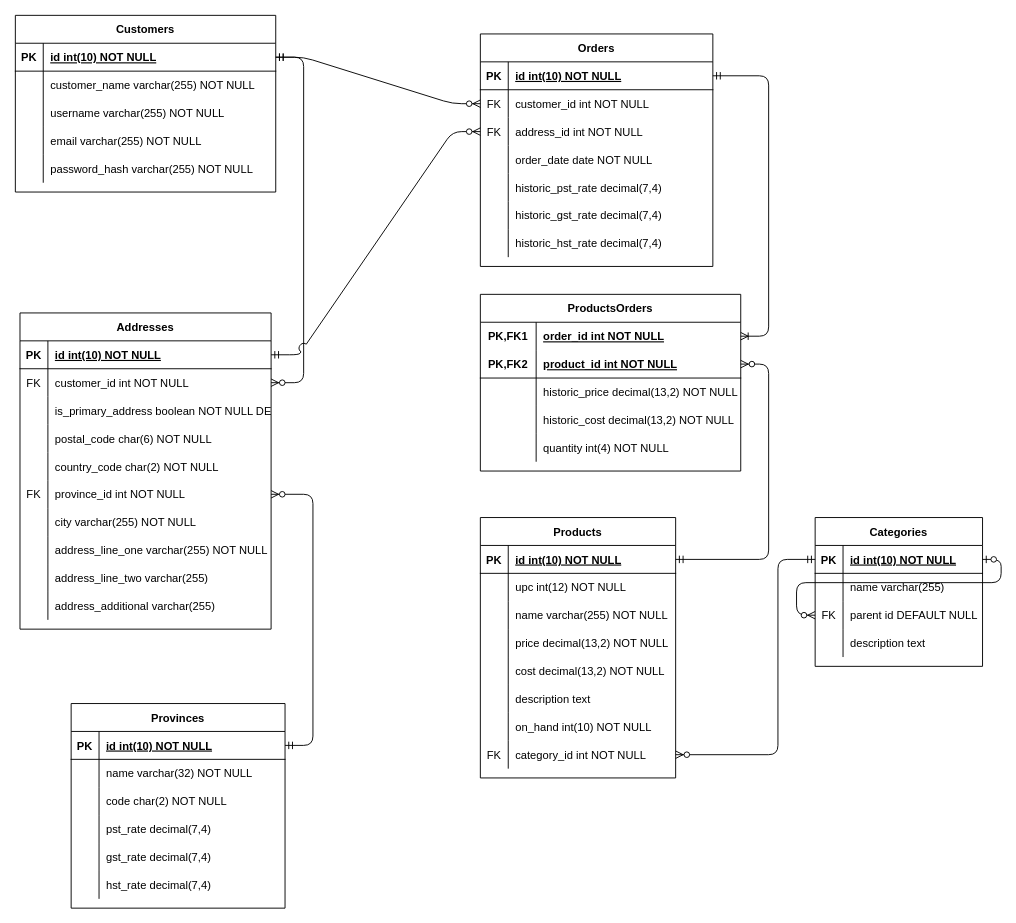
This is db/diagram/ECommerce ERD.drawio from Brodur/rails-ecommerce-project, a draw.io file, before an edit. Source tidied: cells renumbered, new cells numbered last; positions are measured from the earlier drawing's top-left corner, leaving out a move shared by most shapes. Both pictures are drawn from the tidied source at 93%, with x=0, y=0 at pixel (15, 15).
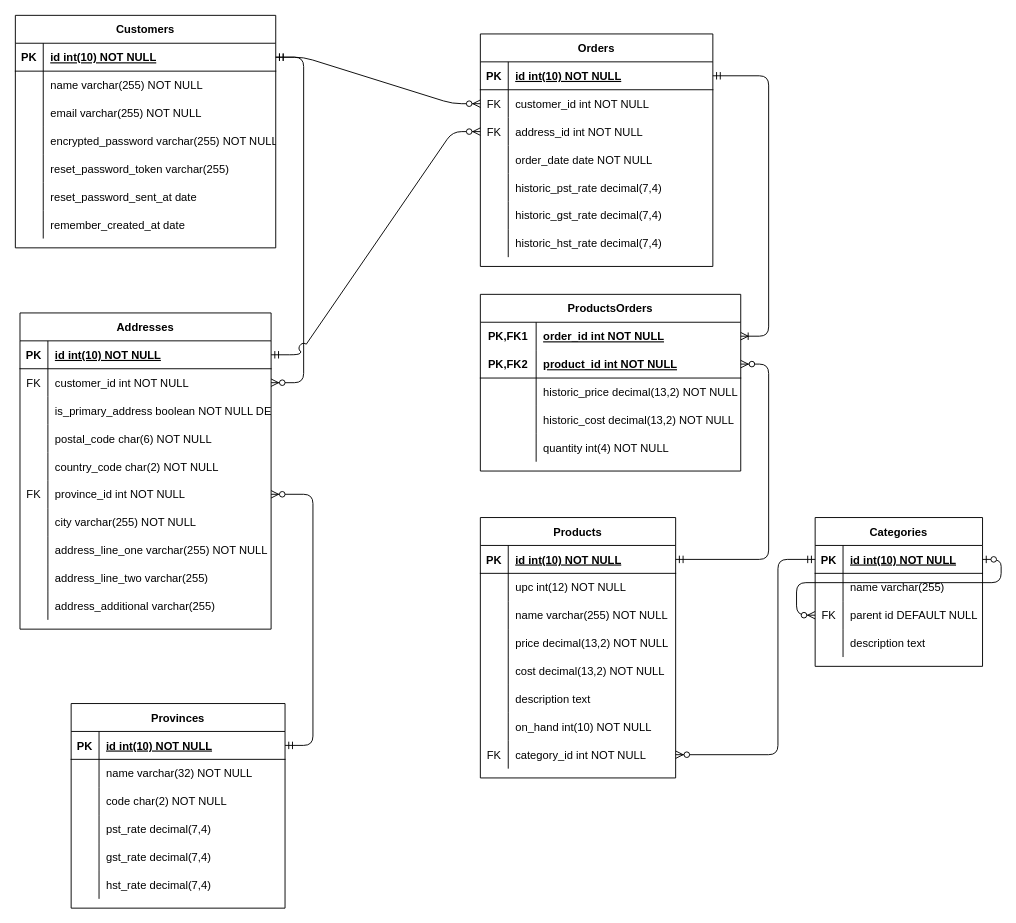
The same diagram, later.

The change refers to these unchanged cells:
```xml
<mxCell id="109" style="shape=partialRectangle;fillColor=none;top=0;left=0;right=0;bottom=0;" parent="105" vertex="1">
  <mxGeometry y="60" width="280" height="30" as="geometry" />
</mxCell>
<mxCell id="118" style="shape=partialRectangle;fillColor=none;top=0;left=0;bottom=0;right=0;" parent="105" vertex="1">
  <mxGeometry y="150" width="280" height="30" as="geometry" />
</mxCell>
```

Change to the diagram source:
```diff
@@
     <mxCell id="105" value="Customers" style="shape=table;startSize=30;childLayout=tableLayout;rowLines=0;fontStyle=1;align=center;" parent="1" vertex="1">
-      <mxGeometry width="280" height="190" as="geometry" />
+      <mxGeometry width="280" height="250" as="geometry" />
     </mxCell>
@@
-    <mxCell id="111" value="customer_name varchar(255) NOT NULL" style="shape=partialRectangle;overflow=hidden;fillColor=none;top=0;left=0;bottom=0;right=0;align=left;spacingLeft=6;" parent="109" vertex="1">
+    <mxCell id="111" value="name varchar(255) NOT NULL" style="shape=partialRectangle;overflow=hidden;fillColor=none;top=0;left=0;bottom=0;right=0;align=left;spacingLeft=6;" parent="109" vertex="1">
       <mxGeometry x="30" width="250" height="30" as="geometry" />
     </mxCell>
-    <mxCell id="112" style="shape=partialRectangle;fillColor=none;top=0;left=0;bottom=0;right=0;" parent="105" vertex="1">
-      <mxGeometry y="90" width="280" height="30" as="geometry" />
-    </mxCell>
-    <mxCell id="113" style="shape=partialRectangle;fillColor=none;top=0;left=0;bottom=0;right=0;overflow=hidden;" parent="112" vertex="1">
-      <mxGeometry width="30" height="30" as="geometry" />
-    </mxCell>
-    <mxCell id="114" value="username varchar(255) NOT NULL" style="shape=partialRectangle;fillColor=none;top=0;left=0;bottom=0;right=0;align=left;spacingLeft=6;overflow=hidden;" parent="112" vertex="1">
-      <mxGeometry x="30" width="250" height="30" as="geometry" />
-    </mxCell>
     <mxCell id="115" style="shape=partialRectangle;fillColor=none;top=0;left=0;bottom=0;right=0;" parent="105" vertex="1">
-      <mxGeometry y="120" width="280" height="30" as="geometry" />
+      <mxGeometry y="90" width="280" height="30" as="geometry" />
     </mxCell>
@@
+    <mxCell id="152" style="shape=partialRectangle;fillColor=none;top=0;left=0;bottom=0;right=0;" parent="105" vertex="1">
+      <mxGeometry y="120" width="280" height="30" as="geometry" />
+    </mxCell>
+    <mxCell id="153" style="shape=partialRectangle;fillColor=none;top=0;left=0;bottom=0;right=0;overflow=hidden;" parent="152" vertex="1">
+      <mxGeometry width="30" height="30" as="geometry" />
+    </mxCell>
+    <mxCell id="154" value="encrypted_password varchar(255) NOT NULL" style="shape=partialRectangle;fillColor=none;top=0;left=0;bottom=0;right=0;align=left;spacingLeft=6;overflow=hidden;" parent="152" vertex="1">
+      <mxGeometry x="30" width="250" height="30" as="geometry" />
+    </mxCell>
@@
-    <mxCell id="119" style="shape=partialRectangle;fillColor=none;top=0;left=0;bottom=0;right=0;overflow=hidden;" parent="118" vertex="1">
-      <mxGeometry width="30" height="30" as="geometry" />
-    </mxCell>
-    <mxCell id="120" value="password_hash varchar(255) NOT NULL" style="shape=partialRectangle;fillColor=none;top=0;left=0;bottom=0;right=0;align=left;spacingLeft=6;overflow=hidden;" parent="118" vertex="1">
-      <mxGeometry x="30" width="250" height="30" as="geometry" />
-    </mxCell>
+    <mxCell id="155" style="shape=partialRectangle;fillColor=none;top=0;left=0;bottom=0;right=0;overflow=hidden;" parent="118" vertex="1">
+      <mxGeometry width="30" height="30" as="geometry" />
+    </mxCell>
+    <mxCell id="156" value="reset_password_token varchar(255)" style="shape=partialRectangle;fillColor=none;top=0;left=0;bottom=0;right=0;align=left;spacingLeft=6;overflow=hidden;" parent="118" vertex="1">
+      <mxGeometry x="30" width="250" height="30" as="geometry" />
+    </mxCell>
+    <mxCell id="157" style="shape=partialRectangle;fillColor=none;top=0;left=0;bottom=0;right=0;" parent="105" vertex="1">
+      <mxGeometry y="180" width="280" height="30" as="geometry" />
+    </mxCell>
+    <mxCell id="158" style="shape=partialRectangle;fillColor=none;top=0;left=0;bottom=0;right=0;overflow=hidden;" parent="157" vertex="1">
+      <mxGeometry width="30" height="30" as="geometry" />
+    </mxCell>
+    <mxCell id="159" value="reset_password_sent_at date" style="shape=partialRectangle;fillColor=none;top=0;left=0;bottom=0;right=0;align=left;spacingLeft=6;overflow=hidden;" parent="157" vertex="1">
+      <mxGeometry x="30" width="250" height="30" as="geometry" />
+    </mxCell>
+    <mxCell id="160" style="shape=partialRectangle;fillColor=none;top=0;left=0;bottom=0;right=0;" parent="105" vertex="1">
+      <mxGeometry y="210" width="280" height="30" as="geometry" />
+    </mxCell>
+    <mxCell id="161" style="shape=partialRectangle;fillColor=none;top=0;left=0;bottom=0;right=0;overflow=hidden;" parent="160" vertex="1">
+      <mxGeometry width="30" height="30" as="geometry" />
+    </mxCell>
+    <mxCell id="162" value="remember_created_at date" style="shape=partialRectangle;fillColor=none;top=0;left=0;bottom=0;right=0;align=left;spacingLeft=6;overflow=hidden;" parent="160" vertex="1">
+      <mxGeometry x="30" width="250" height="30" as="geometry" />
+    </mxCell>
```
